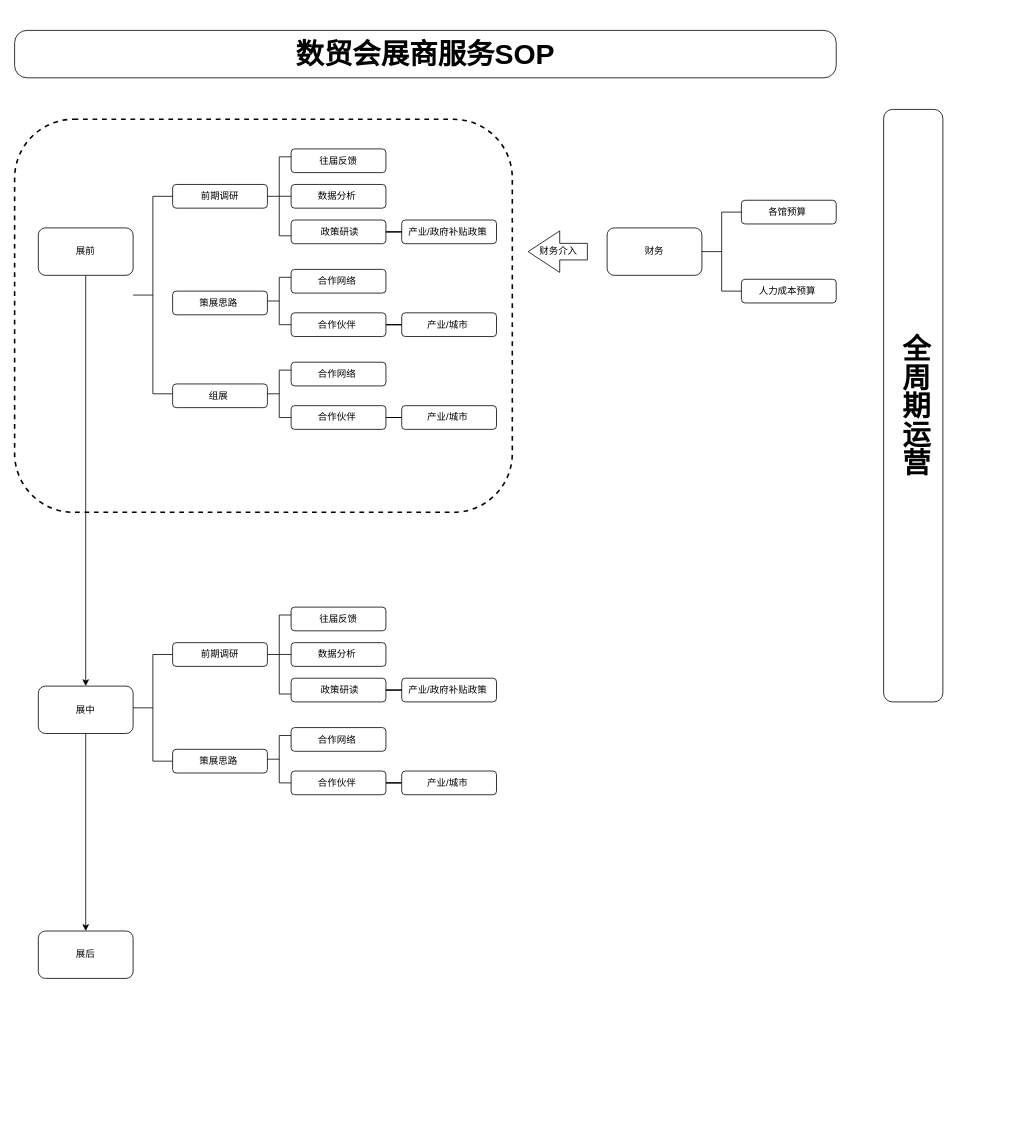
Before: 展商服务sop.drawio in Qikiiii/Agent-Reach, a draw.io diagram. Source tidied: cells renumbered, new cells numbered last; positions are measured from the earlier drawing's top-left corner, leaving out a move shared by most shapes. Both pictures are drawn from the tidied source at 79%, with x=0, y=0 at pixel (14, 30).
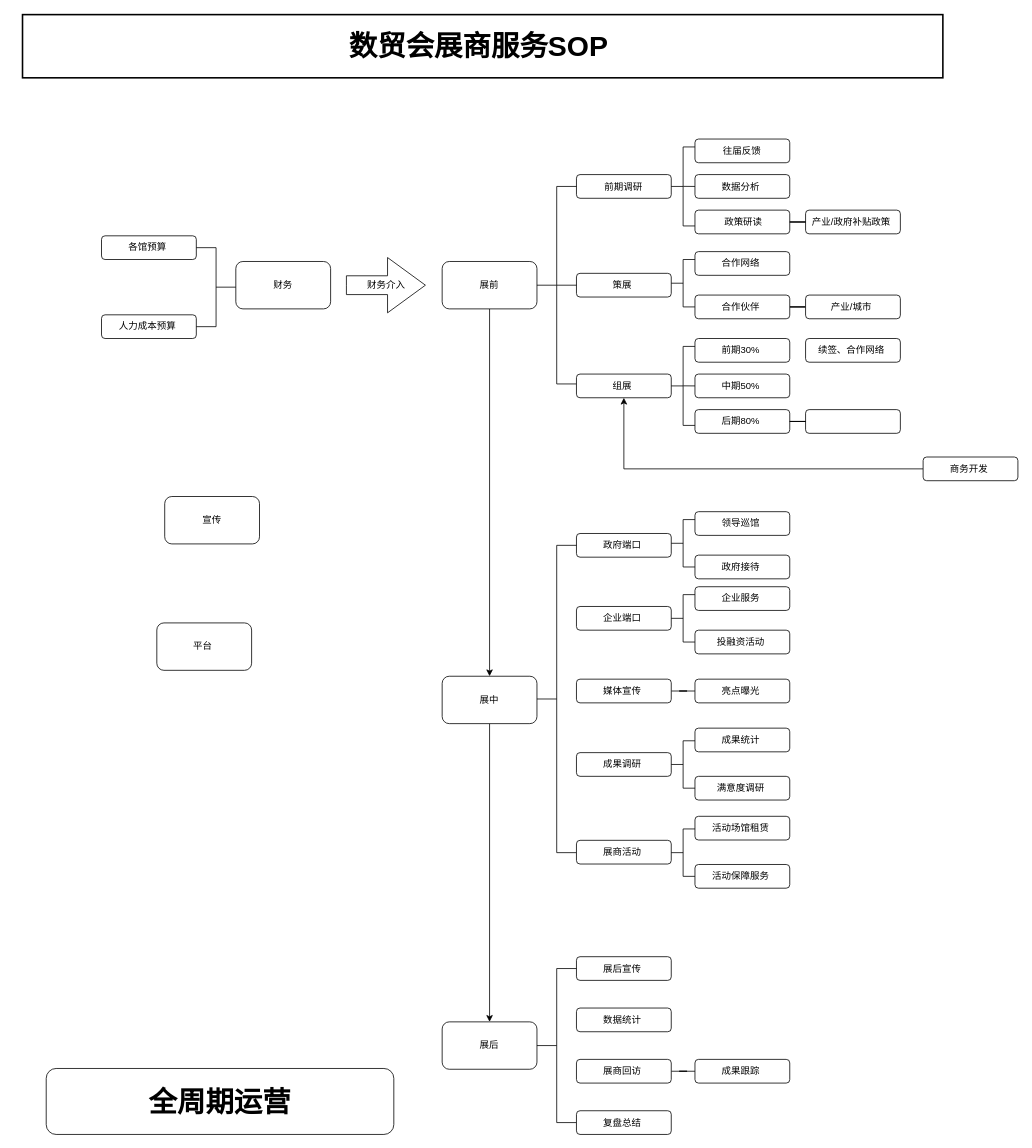
The same page after the edit.

Commit message:
更新展商服务sop.drawio

Change to the diagram source:
```diff
@@
-    <mxCell id="2" value=" " style="rounded=1;whiteSpace=wrap;html=1;roundedPerimeter=1;fillColor=none;strokeColor=default;dashed=1;strokeWidth=2;shadow=0;" parent="1" vertex="1">
-      <mxGeometry y="112.5" width="630" height="497.5" as="geometry" />
-    </mxCell>
@@
     <mxCell id="4" value="展中" style="rounded=1;whiteSpace=wrap;html=1;" parent="1" vertex="1">
-      <mxGeometry x="30" y="830" width="120" height="60" as="geometry" />
+      <mxGeometry x="541.2" y="817.5" width="120" height="60" as="geometry" />
     </mxCell>
@@
     <mxCell id="6" value="展前" style="rounded=1;whiteSpace=wrap;html=1;roundedPerimeter=1;" parent="1" vertex="1">
-      <mxGeometry x="30" y="250" width="120" height="60" as="geometry" />
+      <mxGeometry x="541.2" y="292.5" width="120" height="60" as="geometry" />
     </mxCell>
     <mxCell id="7" value="展后" style="rounded=1;whiteSpace=wrap;html=1;" parent="1" vertex="1">
-      <mxGeometry x="30" y="1140" width="120" height="60" as="geometry" />
+      <mxGeometry x="541.2" y="1255" width="120" height="60" as="geometry" />
     </mxCell>
     <mxCell id="8" value="前期调研" style="rounded=1;whiteSpace=wrap;html=1;" parent="1" vertex="1">
-      <mxGeometry x="200" y="195" width="120" height="30" as="geometry" />
+      <mxGeometry x="711.2" y="182.5" width="120" height="30" as="geometry" />
     </mxCell>
-    <mxCell id="9" value="策展思路&amp;nbsp;" style="rounded=1;whiteSpace=wrap;html=1;" parent="1" vertex="1">
-      <mxGeometry x="200" y="330" width="120" height="30" as="geometry" />
+    <mxCell id="9" value="策展&amp;nbsp;" style="rounded=1;whiteSpace=wrap;html=1;" parent="1" vertex="1">
+      <mxGeometry x="711.2" y="307.5" width="120" height="30" as="geometry" />
     </mxCell>
     <mxCell id="10" style="group;" parent="1" vertex="1">
-      <mxGeometry x="350" y="150" width="120" height="120" as="geometry" />
+      <mxGeometry x="861.2" y="137.5" width="120" height="120" as="geometry" />
     </mxCell>
@@
     <mxCell id="14" style="strokeWidth=1;html=1;shape=mxgraph.flowchart.annotation_2;align=left;labelPosition=right;labelPerimeter=1;" parent="1" vertex="1">
-      <mxGeometry x="320" y="160" width="30" height="100" as="geometry" />
+      <mxGeometry x="831.2" y="147.5" width="30" height="100" as="geometry" />
     </mxCell>
     <mxCell id="15" style="strokeWidth=1;html=1;shape=mxgraph.flowchart.annotation_2;align=left;labelPosition=right;labelPerimeter=1;" parent="1" vertex="1">
-      <mxGeometry x="150" y="210" width="50" height="250" as="geometry" />
+      <mxGeometry x="661.2" y="197.5" width="50" height="250" as="geometry" />
     </mxCell>
@@
     <mxCell id="17" style="strokeWidth=1;html=1;shape=mxgraph.flowchart.annotation_2;align=left;labelPosition=right;labelPerimeter=1;" parent="1" vertex="1">
-      <mxGeometry x="320" y="312.5" width="30" height="60" as="geometry" />
+      <mxGeometry x="831.2" y="290" width="30" height="60" as="geometry" />
     </mxCell>
     <mxCell id="18" value="合作网络&amp;nbsp;" style="rounded=1;whiteSpace=wrap;html=1;" parent="1" vertex="1">
-      <mxGeometry x="350" y="302.5" width="120" height="30" as="geometry" />
+      <mxGeometry x="861.2" y="280" width="120" height="30" as="geometry" />
     </mxCell>
@@
     <mxCell id="20" value="合作伙伴&amp;nbsp;" style="rounded=1;whiteSpace=wrap;html=1;" parent="1" vertex="1">
-      <mxGeometry x="350" y="357.5" width="120" height="30" as="geometry" />
+      <mxGeometry x="861.2" y="335" width="120" height="30" as="geometry" />
     </mxCell>
     <mxCell id="21" value="产业/政府补贴政策&amp;nbsp;" style="whiteSpace=wrap;html=1;rounded=1;" parent="1" vertex="1">
-      <mxGeometry x="490" y="240" width="120" height="30" as="geometry" />
+      <mxGeometry x="1001.2" y="227.5" width="120" height="30" as="geometry" />
     </mxCell>
@@
     <mxCell id="23" value="产业/城市&amp;nbsp;" style="rounded=1;whiteSpace=wrap;html=1;" parent="1" vertex="1">
-      <mxGeometry x="490" y="357.5" width="120" height="30" as="geometry" />
+      <mxGeometry x="1001.2" y="335" width="120" height="30" as="geometry" />
     </mxCell>
+    <mxCell id="30" value="全周期运营" style="rounded=1;whiteSpace=wrap;html=1;fontSize=36;fontStyle=1;textDirection=ltr;verticalAlign=middle;" parent="1" vertex="1">
+      <mxGeometry x="40" y="1314" width="440" height="83.5" as="geometry" />
+    </mxCell>
+    <mxCell id="31" value="政府端口&amp;nbsp;" style="rounded=1;whiteSpace=wrap;html=1;" parent="1" vertex="1">
+      <mxGeometry x="711.2" y="636.8" width="120" height="30" as="geometry" />
+    </mxCell>
+    <mxCell id="32" value="企业端口&amp;nbsp;" style="rounded=1;whiteSpace=wrap;html=1;" parent="1" vertex="1">
+      <mxGeometry x="711.2" y="729.2" width="120" height="30" as="geometry" />
+    </mxCell>
+    <mxCell id="38" style="strokeWidth=1;html=1;shape=mxgraph.flowchart.annotation_2;align=left;labelPosition=right;labelPerimeter=1;" parent="1" vertex="1">
+      <mxGeometry x="661.2" y="651.8" width="50" height="389" as="geometry" />
+    </mxCell>
+    <mxCell id="40" style="strokeWidth=1;html=1;shape=mxgraph.flowchart.annotation_2;align=left;labelPosition=right;labelPerimeter=1;" parent="1" vertex="1">
+      <mxGeometry x="831.2" y="714.2" width="30" height="60" as="geometry" />
+    </mxCell>
+    <mxCell id="41" value="企业服务&amp;nbsp;" style="rounded=1;whiteSpace=wrap;html=1;" parent="1" vertex="1">
+      <mxGeometry x="861.2" y="704.2" width="120" height="30" as="geometry" />
+    </mxCell>
+    <mxCell id="43" value="投融资活动&amp;nbsp;" style="rounded=1;whiteSpace=wrap;html=1;" parent="1" vertex="1">
+      <mxGeometry x="861.2" y="759.2" width="120" height="30" as="geometry" />
+    </mxCell>
+    <mxCell id="47" value="组展&amp;nbsp;" style="rounded=1;whiteSpace=wrap;html=1;" parent="1" vertex="1">
+      <mxGeometry x="711.2" y="435" width="120" height="30" as="geometry" />
+    </mxCell>
+    <mxCell id="53" style="endArrow=none;html=1;rounded=0;defaultLabelBackgroundColor=page;entryX=0.506;entryY=0.5;entryDx=0;entryDy=0;entryPerimeter=0;exitX=0;exitY=0.5;exitDx=0;exitDy=0;" parent="1" edge="1" source="9" target="15">
+      <mxGeometry relative="1" as="geometry" />
+    </mxCell>
+    <mxCell id="54" style="group;" parent="1" vertex="1">
+      <mxGeometry x="861.2" y="390" width="120" height="120" as="geometry" />
+    </mxCell>
+    <mxCell id="55" value="前期30%&amp;nbsp;" style="rounded=1;whiteSpace=wrap;html=1;" parent="54" vertex="1">
+      <mxGeometry width="120" height="30" as="geometry" />
+    </mxCell>
+    <mxCell id="56" value="中期50%&amp;nbsp;" style="rounded=1;whiteSpace=wrap;html=1;" parent="54" vertex="1">
+      <mxGeometry y="45" width="120" height="30" as="geometry" />
+    </mxCell>
+    <mxCell id="57" value="后期80%&amp;nbsp;" style="rounded=1;whiteSpace=wrap;html=1;" parent="54" vertex="1">
+      <mxGeometry y="90" width="120" height="30" as="geometry" />
+    </mxCell>
+    <mxCell id="58" style="strokeWidth=1;html=1;shape=mxgraph.flowchart.annotation_2;align=left;labelPosition=right;labelPerimeter=1;" parent="1" vertex="1">
+      <mxGeometry x="831.2" y="400" width="30" height="100" as="geometry" />
+    </mxCell>
+    <mxCell id="59" style="endArrow=none;html=1;rounded=0;defaultLabelBackgroundColor=page;exitX=0.507;exitY=0.499;exitDx=0;exitDy=0;exitPerimeter=0;entryX=0;entryY=0.5;entryDx=0;entryDy=0;" parent="1" edge="1" source="58" target="56">
+      <mxGeometry relative="1" as="geometry" />
+    </mxCell>
+    <mxCell id="60" value=" " style="whiteSpace=wrap;html=1;rounded=1;" parent="1" vertex="1">
+      <mxGeometry x="1001.2" y="480" width="120" height="30" as="geometry" />
+    </mxCell>
+    <mxCell id="61" style="edgeStyle=orthogonalEdgeStyle;rounded=0;jettySize=auto;html=1;defaultLabelBackgroundColor=page;startArrow=none;startFill=0;endArrow=none;endFill=0;" parent="1" edge="1" source="57" target="60">
+      <mxGeometry relative="1" as="geometry" />
+    </mxCell>
+    <mxCell id="29" value="数贸会展商服务SOP&amp;nbsp;" style="rounded=0;whiteSpace=wrap;html=1;fontSize=36;fontStyle=1;strokeWidth=2;" parent="1" vertex="1">
+      <mxGeometry x="10" y="-20" width="1165" height="80" as="geometry" />
+    </mxCell>
+    <mxCell id="25" value="财务介入" style="html=1;shadow=0;dashed=0;align=center;verticalAlign=middle;shape=mxgraph.arrows2.arrow;dy=0.66;dx=47.94;notch=0;" parent="1" vertex="1">
+      <mxGeometry x="420" y="287.5" width="100" height="70" as="geometry" />
+    </mxCell>
+    <mxCell id="62" style="group;" parent="1" vertex="1">
+      <mxGeometry x="110" y="260" width="290" height="130" as="geometry" />
+    </mxCell>
-    <mxCell id="24" value="财务" style="rounded=1;whiteSpace=wrap;html=1;" parent="1" vertex="1">
-      <mxGeometry x="750" y="250" width="120" height="60" as="geometry" />
+    <mxCell id="24" value="财务" style="rounded=1;whiteSpace=wrap;html=1;" parent="62" vertex="1">
+      <mxGeometry x="170" y="32.5" width="120" height="60" as="geometry" />
     </mxCell>
-    <mxCell id="25" value="财务介入" style="html=1;shadow=0;dashed=0;align=center;verticalAlign=middle;shape=mxgraph.arrows2.arrow;dy=0.6;dx=40;flipH=1;notch=0;legacyAnchorPoints=0;" parent="1" vertex="1">
-      <mxGeometry x="650" y="253.8" width="75" height="52.5" as="geometry" />
-    </mxCell>
-    <mxCell id="26" value="各馆预算&amp;nbsp;" style="rounded=1;whiteSpace=wrap;html=1;" parent="1" vertex="1">
-      <mxGeometry x="920" y="215" width="120" height="30" as="geometry" />
+    <mxCell id="26" value="各馆预算&amp;nbsp;" style="rounded=1;whiteSpace=wrap;html=1;" parent="62" vertex="1">
+      <mxGeometry width="120" height="30" as="geometry" />
     </mxCell>
-    <mxCell id="27" value="人力成本预算&amp;nbsp;" style="rounded=1;whiteSpace=wrap;html=1;" parent="1" vertex="1">
-      <mxGeometry x="920" y="315" width="120" height="30" as="geometry" />
+    <mxCell id="27" value="人力成本预算&amp;nbsp;" style="rounded=1;whiteSpace=wrap;html=1;" parent="62" vertex="1">
+      <mxGeometry y="100" width="120" height="30" as="geometry" />
     </mxCell>
-    <mxCell id="28" style="strokeWidth=1;html=1;shape=mxgraph.flowchart.annotation_2;align=left;labelPosition=right;labelPerimeter=1;" parent="1" vertex="1">
-      <mxGeometry x="870" y="230" width="50" height="100" as="geometry" />
+    <mxCell id="28" style="strokeWidth=1;html=1;shape=mxgraph.flowchart.annotation_2;align=left;labelPosition=right;labelPerimeter=1;rotation=-180;" parent="62" vertex="1">
+      <mxGeometry x="120" y="15" width="50" height="100" as="geometry" />
     </mxCell>
-    <mxCell id="29" value="数贸会展商服务SOP" style="rounded=1;whiteSpace=wrap;html=1;fontStyle=1;fontSize=36;arcSize=26;" parent="1" vertex="1">
-      <mxGeometry width="1040" height="60" as="geometry" />
-    </mxCell>
-    <mxCell id="30" value="全周期运营" style="rounded=1;whiteSpace=wrap;html=1;fontSize=36;fontStyle=1;textDirection=vertical-lr;verticalAlign=middle;" parent="1" vertex="1">
-      <mxGeometry x="1100" y="100" width="75" height="750" as="geometry" />
-    </mxCell>
-    <mxCell id="31" value="前期调研" style="rounded=1;whiteSpace=wrap;html=1;" parent="1" vertex="1">
-      <mxGeometry x="200" y="775" width="120" height="30" as="geometry" />
-    </mxCell>
-    <mxCell id="32" value="策展思路&amp;nbsp;" style="rounded=1;whiteSpace=wrap;html=1;" parent="1" vertex="1">
-      <mxGeometry x="200" y="910" width="120" height="30" as="geometry" />
-    </mxCell>
-    <mxCell id="33" style="group;" parent="1" vertex="1">
-      <mxGeometry x="350" y="730" width="120" height="120" as="geometry" />
-    </mxCell>
-    <mxCell id="34" value="往届反馈" style="rounded=1;whiteSpace=wrap;html=1;" parent="33" vertex="1">
-      <mxGeometry width="120" height="30" as="geometry" />
-    </mxCell>
-    <mxCell id="35" value="数据分析&amp;nbsp;" style="rounded=1;whiteSpace=wrap;html=1;" parent="33" vertex="1">
-      <mxGeometry y="45" width="120" height="30" as="geometry" />
-    </mxCell>
-    <mxCell id="36" value="&amp;nbsp;政策研读" style="rounded=1;whiteSpace=wrap;html=1;" parent="33" vertex="1">
-      <mxGeometry y="90" width="120" height="30" as="geometry" />
-    </mxCell>
-    <mxCell id="37" style="strokeWidth=1;html=1;shape=mxgraph.flowchart.annotation_2;align=left;labelPosition=right;labelPerimeter=1;" parent="1" vertex="1">
-      <mxGeometry x="320" y="740" width="30" height="100" as="geometry" />
-    </mxCell>
-    <mxCell id="38" style="strokeWidth=1;html=1;shape=mxgraph.flowchart.annotation_2;align=left;labelPosition=right;labelPerimeter=1;" parent="1" vertex="1">
-      <mxGeometry x="150" y="790" width="50" height="135" as="geometry" />
-    </mxCell>
-    <mxCell id="39" style="endArrow=none;html=1;rounded=0;defaultLabelBackgroundColor=page;exitX=0.507;exitY=0.499;exitDx=0;exitDy=0;exitPerimeter=0;entryX=0;entryY=0.5;entryDx=0;entryDy=0;" parent="1" edge="1" source="37" target="35">
-      <mxGeometry relative="1" as="geometry" />
-    </mxCell>
-    <mxCell id="40" style="strokeWidth=1;html=1;shape=mxgraph.flowchart.annotation_2;align=left;labelPosition=right;labelPerimeter=1;" parent="1" vertex="1">
-      <mxGeometry x="320" y="892.5" width="30" height="60" as="geometry" />
-    </mxCell>
-    <mxCell id="41" value="合作网络&amp;nbsp;" style="rounded=1;whiteSpace=wrap;html=1;" parent="1" vertex="1">
-      <mxGeometry x="350" y="882.5" width="120" height="30" as="geometry" />
-    </mxCell>
-    <mxCell id="42" style="edgeStyle=orthogonalEdgeStyle;rounded=0;jettySize=auto;html=1;defaultLabelBackgroundColor=page;startArrow=none;startFill=0;endArrow=none;endFill=0;" parent="1" edge="1" source="43" target="46">
-      <mxGeometry relative="1" as="geometry" />
-    </mxCell>
-    <mxCell id="43" value="合作伙伴&amp;nbsp;" style="rounded=1;whiteSpace=wrap;html=1;" parent="1" vertex="1">
-      <mxGeometry x="350" y="937.5" width="120" height="30" as="geometry" />
-    </mxCell>
-    <mxCell id="44" value="产业/政府补贴政策&amp;nbsp;" style="whiteSpace=wrap;html=1;rounded=1;" parent="1" vertex="1">
-      <mxGeometry x="490" y="820" width="120" height="30" as="geometry" />
-    </mxCell>
-    <mxCell id="45" style="edgeStyle=orthogonalEdgeStyle;rounded=0;jettySize=auto;html=1;defaultLabelBackgroundColor=page;startArrow=none;startFill=0;endArrow=none;endFill=0;" parent="1" edge="1" source="36" target="44">
-      <mxGeometry relative="1" as="geometry" />
-    </mxCell>
-    <mxCell id="46" value="产业/城市&amp;nbsp;" style="rounded=1;whiteSpace=wrap;html=1;" parent="1" vertex="1">
-      <mxGeometry x="490" y="937.5" width="120" height="30" as="geometry" />
-    </mxCell>
-    <mxCell id="47" value="组展&amp;nbsp;" style="rounded=1;whiteSpace=wrap;html=1;" parent="1" vertex="1">
-      <mxGeometry x="200" y="447.5" width="120" height="30" as="geometry" />
-    </mxCell>
-    <mxCell id="48" style="strokeWidth=1;html=1;shape=mxgraph.flowchart.annotation_2;align=left;labelPosition=right;labelPerimeter=1;" parent="1" vertex="1">
-      <mxGeometry x="320" y="430" width="30" height="60" as="geometry" />
-    </mxCell>
-    <mxCell id="49" value="合作网络&amp;nbsp;" style="rounded=1;whiteSpace=wrap;html=1;" parent="1" vertex="1">
-      <mxGeometry x="350" y="420" width="120" height="30" as="geometry" />
-    </mxCell>
-    <mxCell id="50" style="edgeStyle=orthogonalEdgeStyle;rounded=0;jettySize=auto;html=1;defaultLabelBackgroundColor=page;startArrow=none;startFill=0;endArrow=none;endFill=0;" parent="1" edge="1" source="51" target="52">
-      <mxGeometry relative="1" as="geometry" />
-    </mxCell>
-    <mxCell id="51" value="合作伙伴&amp;nbsp;" style="rounded=1;whiteSpace=wrap;html=1;" parent="1" vertex="1">
-      <mxGeometry x="350" y="475" width="120" height="30" as="geometry" />
-    </mxCell>
-    <mxCell id="52" value="产业/城市&amp;nbsp;" style="rounded=1;whiteSpace=wrap;html=1;" parent="1" vertex="1">
-      <mxGeometry x="490" y="475" width="120" height="30" as="geometry" />
-    </mxCell>
+    <mxCell id="63" value="续签、合作网络&amp;nbsp;" style="whiteSpace=wrap;html=1;rounded=1;" parent="1" vertex="1">
+      <mxGeometry x="1001.2" y="390" width="120" height="30" as="geometry" />
+    </mxCell>
+    <mxCell id="64" style="edgeStyle=orthogonalEdgeStyle;rounded=0;jettySize=auto;html=1;defaultLabelBackgroundColor=page;" parent="1" edge="1" source="65" target="47">
+      <mxGeometry relative="1" as="geometry" />
+    </mxCell>
+    <mxCell id="65" value="商务开发&amp;nbsp;" style="whiteSpace=wrap;html=1;rounded=1;" parent="1" vertex="1">
+      <mxGeometry x="1150" y="540" width="120" height="30" as="geometry" />
+    </mxCell>
+    <mxCell id="66" style="strokeWidth=1;html=1;shape=mxgraph.flowchart.annotation_2;align=left;labelPosition=right;labelPerimeter=1;" parent="1" vertex="1">
+      <mxGeometry x="831.2" y="619.2" width="30" height="60" as="geometry" />
+    </mxCell>
+    <mxCell id="67" value="领导巡馆&amp;nbsp;" style="rounded=1;whiteSpace=wrap;html=1;" parent="1" vertex="1">
+      <mxGeometry x="861.2" y="609.2" width="120" height="30" as="geometry" />
+    </mxCell>
+    <mxCell id="68" value="政府接待&amp;nbsp;" style="rounded=1;whiteSpace=wrap;html=1;" parent="1" vertex="1">
+      <mxGeometry x="861.2" y="664.2" width="120" height="30" as="geometry" />
+    </mxCell>
+    <mxCell id="69" value="宣传" style="rounded=1;whiteSpace=wrap;html=1;" parent="1" vertex="1">
+      <mxGeometry x="190" y="590" width="120" height="60" as="geometry" />
+    </mxCell>
+    <mxCell id="70" value="平台&amp;nbsp;" style="rounded=1;whiteSpace=wrap;html=1;" parent="1" vertex="1">
+      <mxGeometry x="180" y="750" width="120" height="60" as="geometry" />
+    </mxCell>
+    <mxCell id="71" style="edgeStyle=orthogonalEdgeStyle;rounded=0;jettySize=auto;html=1;defaultLabelBackgroundColor=page;endArrow=none;endFill=0;" parent="1" edge="1" source="72" target="74">
+      <mxGeometry relative="1" as="geometry" />
+    </mxCell>
+    <mxCell id="72" value="媒体宣传&amp;nbsp;" style="rounded=1;whiteSpace=wrap;html=1;" parent="1" vertex="1">
+      <mxGeometry x="711.2" y="821.2" width="120" height="30" as="geometry" />
+    </mxCell>
+    <mxCell id="73" value="成果调研&amp;nbsp;" style="rounded=1;whiteSpace=wrap;html=1;" parent="1" vertex="1">
+      <mxGeometry x="711.2" y="914.2" width="120" height="30" as="geometry" />
+    </mxCell>
+    <mxCell id="74" value="亮点曝光&amp;nbsp;" style="rounded=1;whiteSpace=wrap;html=1;" parent="1" vertex="1">
+      <mxGeometry x="861.2" y="821.2" width="120" height="30" as="geometry" />
+    </mxCell>
+    <mxCell id="75" value="成果统计&amp;nbsp;" style="rounded=1;whiteSpace=wrap;html=1;" parent="1" vertex="1">
+      <mxGeometry x="861.2" y="883.2" width="120" height="30" as="geometry" />
+    </mxCell>
+    <mxCell id="76" value="满意度调研&amp;nbsp;" style="rounded=1;whiteSpace=wrap;html=1;" parent="1" vertex="1">
+      <mxGeometry x="861.2" y="944.2" width="120" height="30" as="geometry" />
+    </mxCell>
+    <mxCell id="77" style="strokeWidth=1;html=1;shape=mxgraph.flowchart.annotation_2;align=left;labelPosition=right;labelPerimeter=1;" parent="1" vertex="1">
+      <mxGeometry x="831.2" y="899.2" width="30" height="60" as="geometry" />
+    </mxCell>
+    <mxCell id="78" value="展商活动&amp;nbsp;" style="rounded=1;whiteSpace=wrap;html=1;" parent="1" vertex="1">
+      <mxGeometry x="711.2" y="1025.2" width="120" height="30" as="geometry" />
+    </mxCell>
+    <mxCell id="79" value="活动场馆租赁&amp;nbsp;" style="rounded=1;whiteSpace=wrap;html=1;" parent="1" vertex="1">
+      <mxGeometry x="861.2" y="994.8" width="120" height="30" as="geometry" />
+    </mxCell>
+    <mxCell id="80" value="活动保障服务&amp;nbsp;" style="rounded=1;whiteSpace=wrap;html=1;" parent="1" vertex="1">
+      <mxGeometry x="861.2" y="1055.8" width="120" height="30" as="geometry" />
+    </mxCell>
+    <mxCell id="81" style="strokeWidth=1;html=1;shape=mxgraph.flowchart.annotation_2;align=left;labelPosition=right;labelPerimeter=1;" parent="1" vertex="1">
+      <mxGeometry x="831.2" y="1010.8" width="30" height="60" as="geometry" />
+    </mxCell>
+    <mxCell id="82" value="展后宣传&amp;nbsp;" style="rounded=1;whiteSpace=wrap;html=1;flipV=1;legacyAnchorPoints=0;" parent="1" vertex="1">
+      <mxGeometry x="711.2" y="1172.5" width="120" height="30" as="geometry" />
+    </mxCell>
+    <mxCell id="83" value="数据统计&amp;nbsp;" style="rounded=1;whiteSpace=wrap;html=1;flipV=1;legacyAnchorPoints=0;" parent="1" vertex="1">
+      <mxGeometry x="711.2" y="1237.5" width="120" height="30" as="geometry" />
+    </mxCell>
+    <mxCell id="84" style="strokeWidth=1;html=1;shape=mxgraph.flowchart.annotation_2;align=left;labelPosition=right;labelPerimeter=1;" parent="1" vertex="1">
+      <mxGeometry x="661.2" y="1187.5" width="50" height="195" as="geometry" />
+    </mxCell>
+    <mxCell id="85" style="edgeStyle=orthogonalEdgeStyle;rounded=0;jettySize=auto;html=1;defaultLabelBackgroundColor=page;endArrow=none;endFill=0;" parent="1" edge="1" source="86" target="87">
+      <mxGeometry relative="1" as="geometry" />
+    </mxCell>
+    <mxCell id="86" value="展商回访&amp;nbsp;" style="rounded=1;whiteSpace=wrap;html=1;flipV=1;legacyAnchorPoints=0;" parent="1" vertex="1">
+      <mxGeometry x="711.2" y="1302.5" width="120" height="30" as="geometry" />
+    </mxCell>
+    <mxCell id="87" value="成果跟踪&amp;nbsp;" style="rounded=1;whiteSpace=wrap;html=1;flipV=1;legacyAnchorPoints=0;" parent="1" vertex="1">
+      <mxGeometry x="861.2" y="1302.5" width="120" height="30" as="geometry" />
+    </mxCell>
+    <mxCell id="88" value="复盘总结&amp;nbsp;" style="rounded=1;whiteSpace=wrap;html=1;flipV=1;legacyAnchorPoints=0;" parent="1" vertex="1">
+      <mxGeometry x="711.2" y="1367.5" width="120" height="30" as="geometry" />
+    </mxCell>
```
